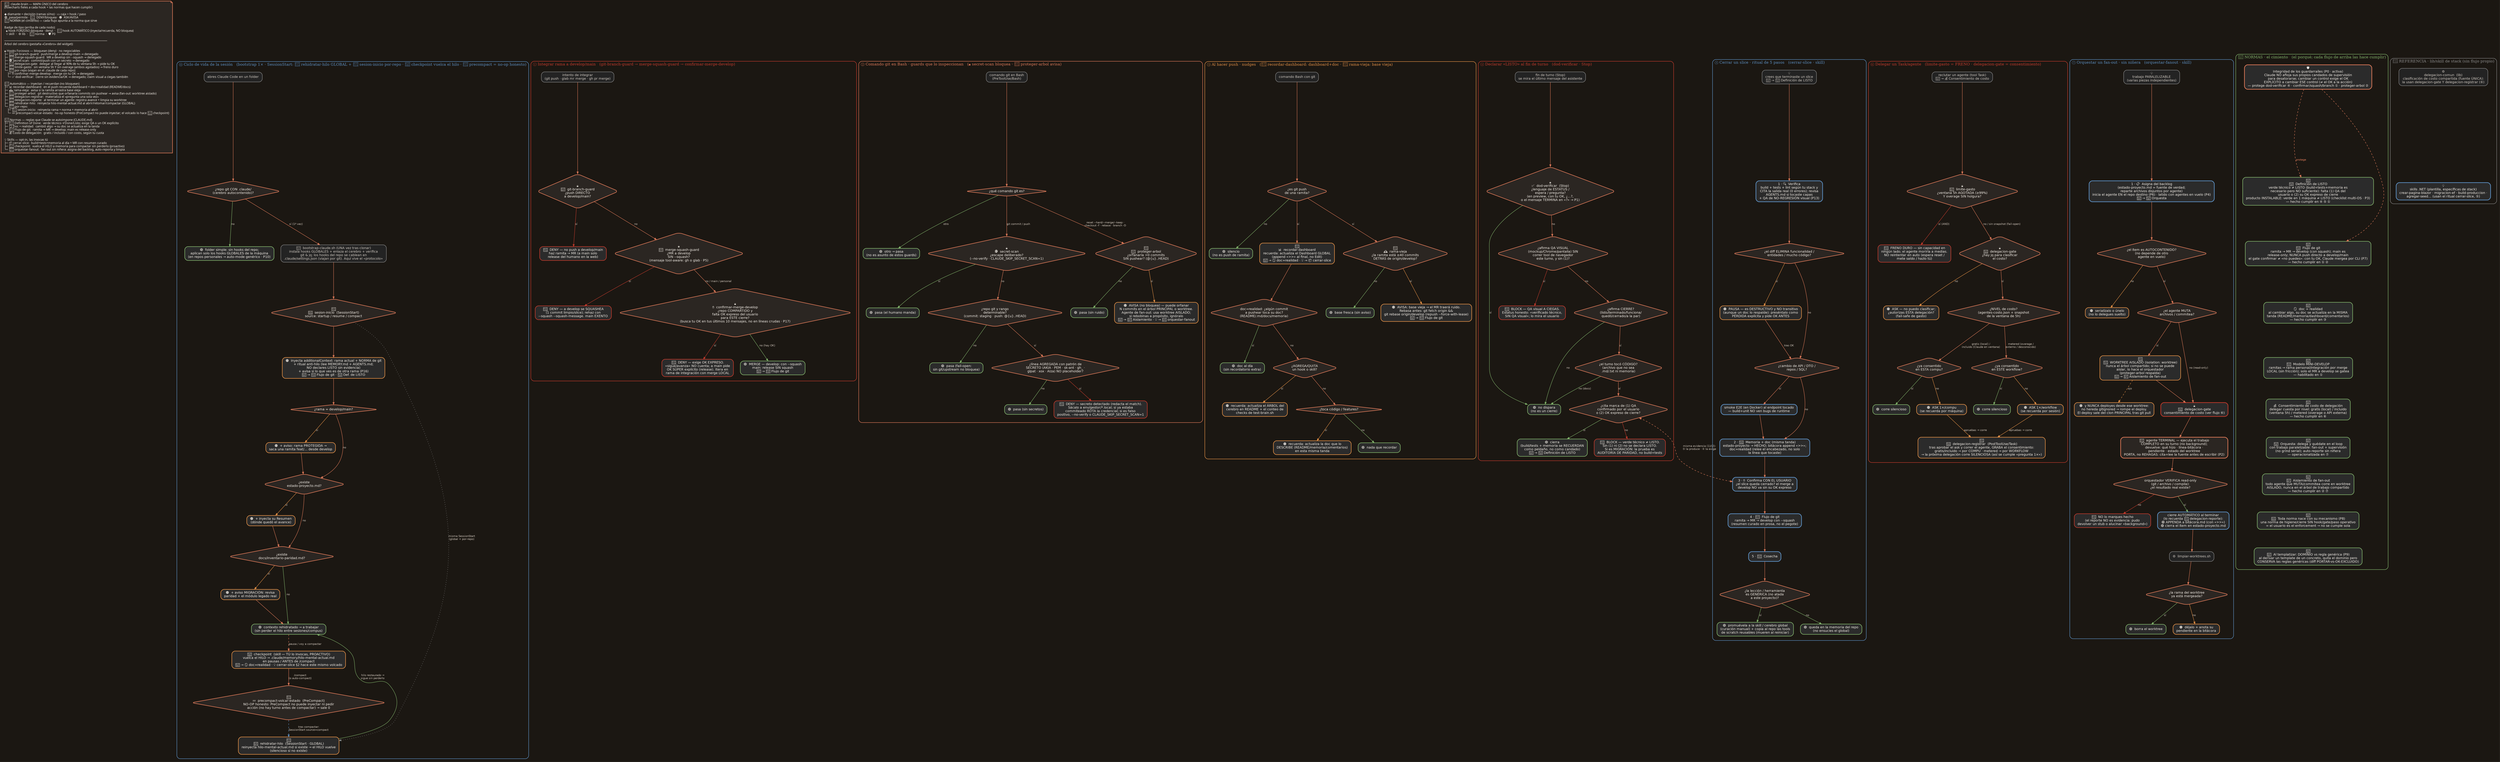
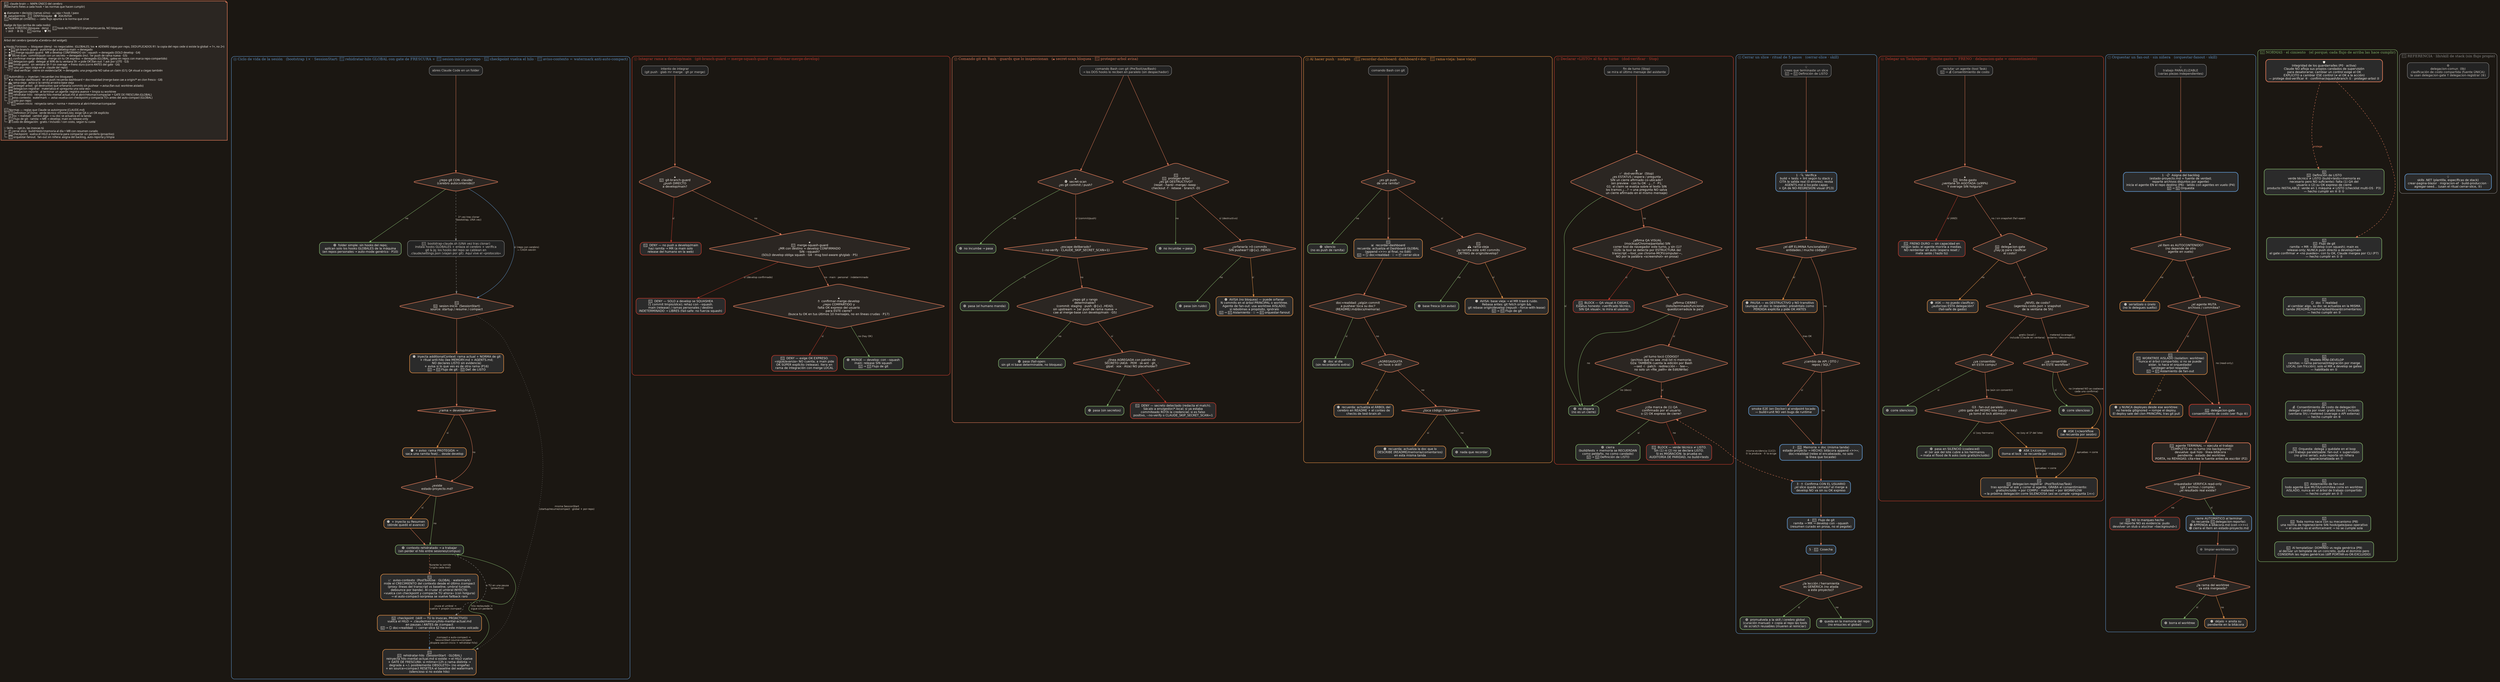
// Mapa del cerebro claude-brain — MAPA ÚNICO (fuente de verdad; el .graphml de yEd se genera de aquí).
// Contiene TODO: los flowcharts de decisión (⓪–⑦, fieles a la lógica real de cada hook leída del .sh)
// + las NORMAS que hacen cumplir (el cimiento) + la referencia de lib/skill de stack.
// diamante = decisión con ramas sí/no · caja = hook/paso · 🟢 pasa · 🔴 DENY · 🟠 ASK/AVISA · 📜 norma.
// Familias: sesión (⓪) · git (①②③) · «terminado» (④⑤) · delegación (⑥⑦).
// El ancho del render de Graphviz NO importa: en yEd se acomoda POR FLUJO (no en una tira).
// Lenguaje visual del README/widget.  Render: dot -Tpng docs/mapa-flujos.dot -o docs/mapa-flujos.png
digraph flujos {
  rankdir=TB;
  bgcolor="#1B1712";
  compound=true;
  nodesep=0.35;
  ranksep=0.55;
  splines=true;
  node [shape=box style="rounded,filled" fillcolor="#2B2B2B" fontcolor="#F2EDE6"
        fontname="Helvetica" fontsize=12 margin="0.16,0.09" penwidth=2];
  edge [color="#D97757" fontcolor="#C9BFB4" fontname="Helvetica" fontsize=10 penwidth=1.3 arrowsize=0.8];

  LEG [shape=note fillcolor="#2B2622" color="#D97757" penwidth=2 fontcolor="#F2EDE6" fontname="Menlo" fontsize=11
-        label="🧠  claude-brain — MAPA ÚNICO del cerebro\l(flowcharts fieles a cada hook + las normas que hacen cumplir)\l\l◆ diamante = decisión (ramas sí/no) · ▭ caja = hook / paso\l🟢  pasa/permite · 🔴  DENY/bloquea · 🟠  ASK/AVISA\l📜 NORMA (el cimiento) — cada flujo apunta a la norma que sirve\l\lBadge de tipo (arriba de cada nodo):\l  🔒 hook FORZOSO (bloquea · deny)  ·  🔔 hook AUTOMÁTICO (inyecta/recuerda, NO bloquea)\l  💡 skill  ·  ⚙ lib  ·  📜 norma  ·  🛡 P0\l\l────────────────────────────────────────────────────────\lÁrbol del cerebro (pestaña «Cerebro» del widget):\l\l🔒 Hooks Forzosos — bloquean (deny) · no negociables\l├─ 🚧 git-branch-guard:  push/merge a develop·main → denegado\l├─ 🔗 merge-squash-guard:  MR a develop sin --squash → denegado\l├─ 🕵️ secret-scan:  commit/push con un secreto → denegado\l├─ 💸 delegacion-gate:  delegar al llegar al 90% de tu ventana 5h → pide tu OK\l├─ 🛑 limite-gasto:  sin ventana 5h Y sin overage (ambos agotados) → freno duro\l└─ 📁 por-repo (viajan en el .claude de cada repo):\l   ├─ ✋ confirmar-merge-develop:  merge sin tu OK → denegado\l   └─ ✅ dod-verificar:  cierre sin evidencia/OK → denegado; claim visual a ciegas también\l\l🔔 Automático — inyectan / recuerdan (no bloquean)\l├─ 📊 recordar-dashboard:  en el push recuerda dashboard + doc=realidad (README/docs)\l├─ 🕰️ rama-vieja:  avisa si la ramita arrastra base vieja\l├─ 🌳 proteger-arbol:  git destructivo que orfanaría commits sin pushear → avisa (fan-out: worktree aislado)\l├─ 📝 delegacion-registrar:  materializa el «pregunta una sola vez»\l├─ 📮 delegacion-reporte:  al terminar un agente: registra avance + limpia su worktree\l├─ 🧵 rehidratar-hilo:  reinyecta hilo-mental-actual.md al abrir/retomar/compactar (GLOBAL)\l└─ 📁 por-repo:\l   ├─ 🧭 sesion-inicio:  reinyecta rama + norma + memoria al abrir\l   └─ 💤 precompact-volcar-estado:  no-op honesto (PreCompact no puede inyectar; el volcado lo hace 💾 checkpoint)\l\l📜 Normas — reglas que Claude se autoimpone (CLAUDE.md)\l├─ 🎯 Definition of Done:  verde técnico ≠ Done/Listo; exige QA o un OK explícito\l├─ 🪞 Doc = realidad:  cambió algo → su doc se actualiza en la tanda\l├─ 🌿 Flujo de git:  ramita → MR → develop; main es release-only\l└─ 💰 Costo de delegación:  gratis / incluido / con costo, según tu cuota\l\l💡 Skills — opt-in, las invocas tú\l├─ 📦 cerrar-slice:  build+tests+memoria al día + MR con resumen curado\l├─ 💾 checkpoint:  vuelca el HILO a memoria para compactar sin perderlo (proactivo)\l└─ 🧵 orquestar-fanout:  fan-out sin niñera: asigna del backlog, auto-reporta y limpia\l"];
+        label="🧠  claude-brain — MAPA ÚNICO del cerebro\l(flowcharts fieles a cada hook + las normas que hacen cumplir)\l\l◆ diamante = decisión (ramas sí/no) · ▭ caja = hook / paso\l🟢  pasa/permite · 🔴  DENY/bloquea · 🟠  ASK/AVISA\l📜 NORMA (el cimiento) — cada flujo apunta a la norma que sirve\l\lBadge de tipo (arriba de cada nodo):\l  🔒 hook FORZOSO (bloquea · deny)  ·  🔔 hook AUTOMÁTICO (inyecta/recuerda, NO bloquea)\l  💡 skill  ·  ⚙ lib  ·  📜 norma  ·  🛡 P0\l\l────────────────────────────────────────────────────────\lÁrbol del cerebro (pestaña «Cerebro» del widget):\l\l🔒 Hooks Forzosos — bloquean (deny) · no negociables  (GLOBALES; los ★ ADEMÁS viajan por-repo, DEDUPLICADOS R1: la copia del repo cede si existe la global → 1×, no 2×)\l├─ ★🚧 git-branch-guard:  push/merge a develop·main → denegado\l├─ ★🔗 merge-squash-guard:  MR a develop CONFIRMADO sin --squash → denegado (SOLO develop · G4)\l├─ 🕵️ secret-scan:  commit/push con un secreto → denegado (incl. 1er push de rama nueva · G5)\l├─ ★✋ confirmar-merge-develop:  merge sin tu OK expreso → denegado (GLOBAL; gatea en repos con marca repo-compartido)\l├─ 💸 delegacion-gate:  delegar al 90% de tu ventana 5h → pide OK (fan-out: 1 ask por LOTE · G3)\l├─ 🛑 limite-gasto:  sin ventana 5h Y sin overage → freno duro (corre ANTES del gate · G6)\l└─ 📁 solo por-repo (viaja en el .claude del repo):\l   └─ ✅ dod-verificar:  cierre sin evidencia/OK → denegado; una pregunta NO salva un claim (G1); QA visual a ciegas también\l\l🔔 Automático — inyectan / recuerdan (no bloquean)\l├─ ★📊 recordar-dashboard:  en el push recuerda dashboard + doc=realidad (merge-base cae a origin/* en clon fresco · G8)\l├─ 🕰️ rama-vieja:  avisa si la ramita arrastra base vieja\l├─ 🌳 proteger-arbol:  git destructivo que orfanaría commits sin pushear → avisa (fan-out: worktree aislado)\l├─ 📝 delegacion-registrar:  materializa el «pregunta una sola vez»\l├─ 📮 delegacion-reporte:  al terminar un agente: registra avance + limpia su worktree\l├─ 🧵 rehidratar-hilo:  reinyecta hilo-mental-actual.md al abrir/retomar/compactar + GATE DE FRESCURA (GLOBAL)\l├─ 📈 aviso-contexto:  watermark — avisa «vuelca con checkpoint y compacta TÚ» antes del auto-compact (GLOBAL)\l└─ 📁 solo por-repo:\l   └─ 🧭 sesion-inicio:  reinyecta rama + norma + memoria al abrir/retomar/compactar\l\l📜 Normas — reglas que Claude se autoimpone (CLAUDE.md)\l├─ 🎯 Definition of Done:  verde técnico ≠ Done/Listo; exige QA o un OK explícito\l├─ 🪞 Doc = realidad:  cambió algo → su doc se actualiza en la tanda\l├─ 🌿 Flujo de git:  ramita → MR → develop; main es release-only\l└─ 💰 Costo de delegación:  gratis / incluido / con costo, según tu cuota\l\l💡 Skills — opt-in, las invocas tú\l├─ 📦 cerrar-slice:  build+tests+memoria al día + MR con resumen curado\l├─ 💾 checkpoint:  vuelca el HILO a memoria para compactar sin perderlo (proactivo)\l└─ 🧵 orquestar-fanout:  fan-out sin niñera: asigna del backlog, auto-reporta y limpia\l"];

  // ===================== ⓪ CICLO DE VIDA DE LA SESIÓN =====================
  subgraph cluster_f0 {
-     label="⓪ Ciclo de vida de la sesión   (bootstrap 1× · SessionStart: 🔔 rehidratar-hilo GLOBAL + 🔔 sesion-inicio por-repo · 💾 checkpoint vuelca el hilo · 🔔 precompact = no-op honesto)";
+     label="⓪ Ciclo de vida de la sesión   (bootstrap 1× · SessionStart: 🔔 rehidratar-hilo GLOBAL con gate de FRESCURA + 🔔 sesion-inicio por-repo · 💾 checkpoint vuelca el hilo · 🔔 aviso-contexto = watermark anti-auto-compact)";
    labeljust="l"; fontcolor="#5B8DBF"; fontsize=14; color="#5B8DBF"; style="rounded"; penwidth=1.6; margin=16;

    Z_OPEN [shape=box color="#8A8A8A" fillcolor="#232323" fontcolor="#CFC8C0" penwidth=1.5 label="abres Claude Code en un folder"];
    Z_GIT  [shape=diamond fillcolor="#2B2622" color="#D97757" penwidth=2 label="¿repo git CON .claude/\n(cerebro autocontenido)?"];
    Z_PLAIN [color="#7FB069" label="🟢  folder simple: sin hooks del repo;\naplican solo los hooks GLOBALES de la máquina\n(en repos personales → auto-mode genérico · P10)"];
    Z_BOOT [color="#8A8A8A" fillcolor="#232323" fontcolor="#CFC8C0" penwidth=1.5 label="🔧  bootstrap-claude.sh (UNA vez tras clonar)\ninstala hooks GLOBALES + enlaza el cerebro + verifica\ngit & jq; los hooks del repo se cablean en\n.claude/settings.json (viajan por git). Aquí vive el «protocolo»"];

    Z_START [shape=diamond fillcolor="#2B2622" color="#D97757" penwidth=2 label="🔔\n🧭  sesion-inicio  (SessionStart)\nsource: startup / resume / compact"];
    Z_INJECT [color="#E08E45" label="🟠  inyecta additionalContext: rama actual + NORMA de git\n+ ritual anti-hilo (lee MEMORY.md + AGENTS.md;\nNO declares LISTO sin evidencia)\n+ avisa si lo que ves es de otra rama (P16)\n📜 → 🌿 Flujo de git · 🎯 Def. de LISTO"];
    Z_PROT [shape=diamond fillcolor="#2B2622" color="#D97757" penwidth=2 label="¿rama = develop/main?"];
    Z_PROTW [color="#E08E45" label="🟠  + aviso: rama PROTEGIDA →\nsaca una ramita feat/… desde develop"];
    Z_EST [shape=diamond fillcolor="#2B2622" color="#D97757" penwidth=2 label="¿existe\nestado-proyecto.md?"];
    Z_ESTW [color="#E08E45" label="🟠  + inyecta su Resumen\n(dónde quedó el avance)"];
-     Z_MIG [shape=diamond fillcolor="#2B2622" color="#D97757" penwidth=2 label="¿existe\ndocs/inventario-paridad.md?"];
-     Z_MIGW [color="#E08E45" label="🟠  + aviso MIGRACIÓN: revisa\nparidad + el módulo legado real"];
    Z_READY [color="#7FB069" label="🟢  contexto rehidratado → a trabajar\n(sin perder el hilo entre sesiones/compus)"];

+     Z_AVISO [color="#E08E45" label="🔔\n📈  aviso-contexto  (PostToolUse · GLOBAL · watermark)\nmide el CRECIMIENTO del contexto desde el último /compact\n(proxy: líneas del transcript vs baseline; umbral tunable,\ndebounce por banda). Al cruzar el umbral INYECTA:\n«vuelca con checkpoint y compacta TÚ ahora» (con holgura)\n→ el auto-compact-sorpresa se vuelve fallback raro"];
    Z_CHECK [color="#E08E45" label="💾  checkpoint  (skill — TÚ lo invocas, PROACTIVO)\nvuelca el HILO → .claude/memory/hilo-mental-actual.md\nen pausas / ANTES de /compact\n📜 → 🪞 doc=realidad · 💡 cerrar-slice §2 hace este mismo volcado"];
-     Z_COMPACT [shape=diamond fillcolor="#2B2622" color="#D97757" penwidth=2 label="🔔\n💤  precompact-volcar-estado  (PreCompact)\nNO-OP honesto: PreCompact no puede inyectar ni pedir\nacción (no hay turno antes de compactar) → sale 0"];
-     Z_REHID [color="#E08E45" label="🔔\n🧵  rehidratar-hilo  (SessionStart · GLOBAL)\nreinyecta hilo-mental-actual.md si existe → el HILO vuelve\n(silencioso si no existe)"];
+     Z_REHID [color="#E08E45" label="🔔\n🧵  rehidratar-hilo  (SessionStart · GLOBAL)\nreinyecta hilo-mental-actual.md si existe → el HILO vuelve\n+ GATE DE FRESCURA: si mtime>12h o rama distinta →\ndegrada a «⚠️ posiblemente OBSOLETO» (no engaña)\n+ en source=compact RESETEA el baseline del watermark\n(silencioso si no existe hilo)"];

    Z_OPEN -> Z_GIT;
    Z_GIT -> Z_PLAIN [label="no" color="#7FB069"];
-     Z_GIT -> Z_BOOT  [label="sí (1ª vez)"];
-     Z_BOOT -> Z_START;
+     Z_GIT -> Z_BOOT  [label="1ª vez tras clonar\n(bootstrap, UNA vez)" style=dashed color="#8A8A8A"];
+     Z_GIT -> Z_START [label="sí (repo con cerebro)\n— CADA sesión" color="#5B8DBF"];
+     Z_BOOT -> Z_START [style=dashed color="#8A8A8A"];
    Z_START -> Z_INJECT;
    Z_INJECT -> Z_PROT;
    Z_PROT -> Z_PROTW [label="sí" color="#E08E45"];
    Z_PROT -> Z_EST   [label="no"];
    Z_PROTW -> Z_EST;
-     Z_EST -> Z_ESTW [label="sí" color="#E08E45"];
-     Z_EST -> Z_MIG  [label="no"];
-     Z_ESTW -> Z_MIG;
-     Z_MIG -> Z_MIGW  [label="sí" color="#E08E45"];
-     Z_MIG -> Z_READY [label="no" color="#7FB069"];
-     Z_MIGW -> Z_READY;
-     Z_READY -> Z_CHECK [label="pausa / voy a compactar" style=dashed];
-     Z_CHECK -> Z_COMPACT [label="/compact\n(o auto-compact)"];
-     Z_COMPACT -> Z_REHID [label="tras compactar:\nSessionStart source=compact" style=dashed color="#5B8DBF"];
+     Z_EST -> Z_ESTW  [label="sí" color="#E08E45"];
+     Z_EST -> Z_READY [label="no" color="#7FB069"];
+     Z_ESTW -> Z_READY;
+     Z_READY -> Z_AVISO [label="durante la corrida\n(vigila cada tool)" style=dashed];
+     Z_AVISO -> Z_CHECK [label="cruza el umbral →\nvuelca + propón /compact" color="#E08E45"];
+     Z_READY -> Z_CHECK [label="o TÚ en una pausa\n(proactivo)" style=dashed color="#8A8A8A" constraint=false];
+     Z_CHECK -> Z_REHID [label="/compact o auto-compact →\nSessionStart source=compact\n(dispara sesion-inicio + rehidratar-hilo)" style=dashed color="#5B8DBF"];
    Z_REHID -> Z_READY [label="hilo restaurado →\nsigue sin perderlo" color="#7FB069" constraint=false];
-     Z_START -> Z_REHID [label="misma SessionStart\n(global + por-repo)" style=dotted color="#8A8A8A" constraint=false];
+     Z_START -> Z_REHID [label="misma SessionStart\n(startup/resume/compact · global + por-repo)" style=dotted color="#8A8A8A" constraint=false];
  }

  // ===================== ① INTEGRAR a develop/main =====================
  subgraph cluster_f1 {
    label="① Integrar rama a develop/main   (git-branch-guard → merge-squash-guard → confirmar-merge-develop)";
    labeljust="l"; fontcolor="#C0392B"; fontsize=14; color="#C0392B"; style="rounded"; penwidth=1.6; margin=16;

    G1_IN  [shape=box color="#8A8A8A" fillcolor="#232323" fontcolor="#CFC8C0" penwidth=1.5 label="intento de integrar\n(git push · glab mr merge · gh pr merge)"];
    G1_D1  [shape=diamond fillcolor="#2B2622" color="#D97757" penwidth=2 label="🔒\n🚧  git-branch-guard\n¿push DIRECTO\na develop/main?"];
    G1_DENY1 [color="#C0392B" label="🔴  DENY — no push a develop/main\nhaz ramita → MR (a main solo\nrelease del humano en la web)"];
-     G1_D2  [shape=diamond fillcolor="#2B2622" color="#D97757" penwidth=2 label="🔒\n🔗  merge-squash-guard\n¿MR a develop\nSIN --squash?\n(mensaje tool-aware: gh o glab · P5)"];
-     G1_DENY2 [color="#C0392B" label="🔴  DENY — a develop se SQUASHEA\n(1 commit limpio/slice); rehaz con\n--squash --squash-message. main EXENTO"];
+     G1_D2  [shape=diamond fillcolor="#2B2622" color="#D97757" penwidth=2 label="🔒\n🔗  merge-squash-guard\n¿MR con destino = develop CONFIRMADO\nSIN --squash?\n(SOLO develop obliga squash · G4 · msg tool-aware gh/glab · P5)"];
+     G1_DENY2 [color="#C0392B" label="🔴  DENY — SOLO a develop se SQUASHEA\n(1 commit limpio/slice); rehaz con --squash.\nmain (release) / ramas personales / destino\nINDETERMINADO → LIBRES (fail-safe: no fuerza squash)"];
    G1_D3  [shape=diamond fillcolor="#2B2622" color="#D97757" penwidth=2 label="🔒\n✋  confirmar-merge-develop\n¿repo COMPARTIDO y\nfalta OK expreso del usuario\npara ESTE cierre?\n(busca tu OK en tus últimos 10 mensajes, no en líneas crudas · P17)"];
    G1_DENY3 [color="#C0392B" label="🔴  DENY — exige OK EXPRESO.\n«sigue/avanza» NO cuenta; a main pide\nOK SÚPER explícito (release). Itera en\nrama de integración con merge LOCAL"];
    G1_OK  [color="#7FB069" label="🟢  MERGE — develop: con --squash\nmain: release SIN squash\n📜 → 🌿 Flujo de git"];

    G1_IN -> G1_D1;
    G1_D1 -> G1_DENY1 [label="sí" color="#C0392B"];
    G1_D1 -> G1_D2    [label="no"];
-     G1_D2 -> G1_DENY2 [label="sí" color="#C0392B"];
-     G1_D2 -> G1_D3    [label="no / main / personal"];
+     G1_D2 -> G1_DENY2 [label="sí (develop confirmado)" color="#C0392B"];
+     G1_D2 -> G1_D3    [label="no · main · personal · indeterminado"];
    G1_D3 -> G1_DENY3 [label="sí" color="#C0392B"];
    G1_D3 -> G1_OK    [label="no (hay OK)" color="#7FB069"];
  }

-   // ===================== ② COMANDO GIT EN BASH — dos guards con la MISMA entrada ==========
-   // secret-scan (🔒 bloquea) y proteger-arbol (🔔 avisa) comparten entrada "comando git en Bash";
-   // un despachador los abre según el TIPO de comando.
+   // ===================== ② COMANDO GIT EN BASH — dos guards PARALELOS e independientes ==========
+   // secret-scan (🔒 bloquea) y proteger-arbol (🔔 avisa) son DOS PreToolUse/Bash separados que reciben
+   // la MISMA entrada; NO hay despachador — cada hook filtra por su cuenta si el comando le incumbe.
  subgraph cluster_f2 {
    label="② Comando git en Bash · guards que lo inspeccionan   (🔒 secret-scan bloquea · 🔔 proteger-arbol avisa)";
    labeljust="l"; fontcolor="#D97757"; fontsize=14; color="#D97757"; style="rounded"; penwidth=1.6; margin=16;

-     GG_IN   [shape=box color="#8A8A8A" fillcolor="#232323" fontcolor="#CFC8C0" penwidth=1.5 label="comando git en Bash\n(PreToolUse/Bash)"];
-     GG_DISP [shape=diamond fillcolor="#2B2622" color="#D97757" penwidth=2 label="¿qué comando git es?"];
-     GG_OTRO [color="#7FB069" label="🟢  otro → pasa\n(no es asunto de estos guards)"];
- 
-     // --- rama secret-scan (commit / push) ---
-     S_D2  [shape=diamond fillcolor="#2B2622" color="#D97757" penwidth=2 label="🔒\n🕵  secret-scan\n¿escape deliberado?\n(--no-verify · CLAUDE_SKIP_SECRET_SCAN=1)"];
+     GG_IN   [shape=box color="#8A8A8A" fillcolor="#232323" fontcolor="#CFC8C0" penwidth=1.5 label="comando Bash con git (PreToolUse/Bash)\n→ los DOS hooks lo reciben en paralelo (sin despachador)"];
+ 
+     // --- rama secret-scan (🔒 bloquea) — filtra POR SÍ MISMO si es commit/push ---
+     S_IS  [shape=diamond fillcolor="#2B2622" color="#D97757" penwidth=2 label="🔒\n🕵  secret-scan\n¿es git commit / push?"];
+     S_NA  [color="#7FB069" label="🟢  no incumbe → pasa"];
+     S_D2  [shape=diamond fillcolor="#2B2622" color="#D97757" penwidth=2 label="¿escape deliberado?\n(--no-verify · CLAUDE_SKIP_SECRET_SCAN=1)"];
    S_PASA2 [color="#7FB069" label="🟢  pasa (el humano manda)"];
-     S_D3  [shape=diamond fillcolor="#2B2622" color="#D97757" penwidth=2 label="¿repo git y rango\ndeterminable?\n(commit: staging · push: @{u}..HEAD)"];
-     S_PASA3 [color="#7FB069" label="🟢  pasa (fail-open:\nsin git/upstream no bloquea)"];
+     S_D3  [shape=diamond fillcolor="#2B2622" color="#D97757" penwidth=2 label="¿repo git y rango\ndeterminable?\n(commit: staging · push: @{u}..HEAD;\nsin upstream = 1er push de rama nueva →\ncae al merge-base con develop/main · G5)"];
+     S_PASA3 [color="#7FB069" label="🟢  pasa (fail-open:\nsin git ni base determinable, no bloquea)"];
    S_D4  [shape=diamond fillcolor="#2B2622" color="#D97757" penwidth=2 label="¿línea AGREGADA con patrón de\nSECRETO (AKIA · PEM · sk-ant · gh_ ·\nglpat · xox · AIza) NO placeholder?"];
    S_PASA4 [color="#7FB069" label="🟢  pasa (sin secretos)"];
    S_DENY [color="#C0392B" label="🔴  DENY — secreto detectado (redacta el match).\nSácalo a env/gestor/*.local; si ya estaba\ncommiteado ROTA la credencial; si es falso\npositivo, --no-verify o CLAUDE_SKIP_SECRET_SCAN=1"];

-     // --- rama proteger-arbol (destructivo) ---
-     A_D2  [shape=diamond fillcolor="#2B2622" color="#D97757" penwidth=2 label="🔔\n🌳  proteger-arbol\n¿orfanaría >0 commits\nSIN pushear? (@{u}..HEAD)"];
+     // --- rama proteger-arbol (🔔 avisa) — filtra POR SÍ MISMO si es destructivo ---
+     A_IS  [shape=diamond fillcolor="#2B2622" color="#D97757" penwidth=2 label="🔔\n🌳  proteger-arbol\n¿es git DESTRUCTIVO?\n(reset --hard/--merge/--keep ·\ncheckout -f · rebase · branch -D)"];
+     A_NA  [color="#7FB069" label="🟢  no incumbe → pasa"];
+     A_D2  [shape=diamond fillcolor="#2B2622" color="#D97757" penwidth=2 label="¿orfanaría >0 commits\nSIN pushear? (@{u}..HEAD)"];
    A_PASA [color="#7FB069" label="🟢  pasa (sin ruido)"];
    A_WARN [color="#E08E45" label="🟠  AVISA (no bloquea) — puede orfanar\nN commits en el árbol PRINCIPAL o worktree.\nAgente de fan-out: usa worktree AISLADO;\nsi rebobinas a propósito, ignóralo\n📜 → 🧱 Aislamiento · 💡 → 🧵 orquestar-fanout"];

-     GG_IN -> GG_DISP;
-     GG_DISP -> S_D2    [label="git commit / push"];
-     GG_DISP -> A_D2    [label="reset --hard/--merge/--keep ·\ncheckout -f · rebase · branch -D"];
-     GG_DISP -> GG_OTRO [label="otro" color="#7FB069"];
- 
+     GG_IN -> S_IS;   // los dos hooks reciben la MISMA entrada, en paralelo
+     GG_IN -> A_IS;
+ 
+     S_IS -> S_NA [label="no" color="#7FB069"];
+     S_IS -> S_D2 [label="sí (commit/push)"];
    S_D2 -> S_PASA2 [label="sí" color="#7FB069"];
    S_D2 -> S_D3    [label="no"];
    S_D3 -> S_PASA3 [label="no" color="#7FB069"];
    S_D3 -> S_D4    [label="sí"];
    S_D4 -> S_PASA4 [label="no" color="#7FB069"];
    S_D4 -> S_DENY  [label="sí" color="#C0392B"];

+     A_IS -> A_NA [label="no" color="#7FB069"];
+     A_IS -> A_D2 [label="sí (destructivo)"];
    A_D2 -> A_PASA [label="no" color="#7FB069"];
    A_D2 -> A_WARN [label="sí" color="#E08E45"];
  }

  // ===================== ③ AL HACER PUSH — nudges (recordar-dashboard + rama-vieja) =====================
  subgraph cluster_f3 {
    label="③ Al hacer push · nudges   (🔔 recordar-dashboard: dashboard+doc · 🔔 rama-vieja: base vieja)";
    labeljust="l"; fontcolor="#E08E45"; fontsize=14; color="#E08E45"; style="rounded"; penwidth=1.6; margin=16;

    G6_IN  [shape=box color="#8A8A8A" fillcolor="#232323" fontcolor="#CFC8C0" penwidth=1.5 label="comando Bash con git"];
    G6_PUSH [shape=diamond fillcolor="#2B2622" color="#D97757" penwidth=2 label="¿es git push\nde una ramita?"];
    G6_SIL [color="#7FB069" label="🟢  silencio\n(no es push de ramita)"];

    // --- rama recordar-dashboard ---
    G6_DASH [color="#E08E45" label="🔔\n📊  recordar-dashboard\nrecuerda: actualiza el Dashboard GLOBAL\n(append «>>» al final, no Edit)\n📜 → 🪞 doc=realidad · 💡 → 📦 cerrar-slice"];
    G6_D2  [shape=diamond fillcolor="#2B2622" color="#D97757" penwidth=2 label="doc=realidad: ¿algún commit\na pushear toca su doc?\n(README/.md/docs/memoria)"];
    G6_OK  [color="#7FB069" label="🟢  doc al día\n(sin recordatorio extra)"];
    G6_D3  [shape=diamond fillcolor="#2B2622" color="#D97757" penwidth=2 label="¿AGREGA/QUITA\nun hook o skill?"];
    G6_HOOK [color="#E08E45" label="🟠  recuerda: actualiza el ÁRBOL del\ncerebro en README + el conteo de\nchecks de test-brain.sh"];
    G6_D4  [shape=diamond fillcolor="#2B2622" color="#D97757" penwidth=2 label="¿toca código / features?"];
    G6_CODE [color="#E08E45" label="🟠  recuerda: actualiza la doc que lo\nDESCRIBE (README/memoria/comentarios)\nen esta misma tanda"];
    G6_NA  [color="#7FB069" label="🟢  nada que recordar"];

    // --- rama rama-vieja ---
    G6_RV  [shape=diamond fillcolor="#2B2622" color="#D97757" penwidth=2 label="🔔\n🕰  rama-vieja\n¿la ramita está ≥40 commits\nDETRÁS de origin/develop?"];
    G6_RV_OK [color="#7FB069" label="🟢  base fresca (sin aviso)"];
    G6_RV_WARN [color="#E08E45" label="🟠  AVISA: base vieja → el MR traerá ruido.\nRebasa antes: git fetch origin &&\ngit rebase origin/develop (repush --force-with-lease)\n📜 → 🌿 Flujo de git"];

    G6_IN -> G6_PUSH;
    G6_PUSH -> G6_SIL  [label="no" color="#7FB069"];
    G6_PUSH -> G6_DASH [label="sí"];
    G6_PUSH -> G6_RV   [label="sí"];
    G6_DASH -> G6_D2;
    G6_D2 -> G6_OK   [label="sí" color="#7FB069"];
    G6_D2 -> G6_D3   [label="no"];
    G6_D3 -> G6_HOOK [label="sí" color="#E08E45"];
    G6_D3 -> G6_D4   [label="no"];
    G6_D4 -> G6_CODE [label="sí" color="#E08E45"];
    G6_D4 -> G6_NA   [label="no" color="#7FB069"];
    G6_RV -> G6_RV_OK   [label="no" color="#7FB069"];
    G6_RV -> G6_RV_WARN [label="sí" color="#E08E45"];
  }

  // ===================== ④ DECLARAR «LISTO» al fin de turno (dod-verificar · Stop) =====================
  subgraph cluster_f4 {
    label="④ Declarar «LISTO» al fin de turno   (dod-verificar · Stop)";
    labeljust="l"; fontcolor="#C0392B"; fontsize=14; color="#C0392B"; style="rounded"; penwidth=1.6; margin=16;

    G2_IN  [shape=box color="#8A8A8A" fillcolor="#232323" fontcolor="#CFC8C0" penwidth=1.5 label="fin de turno (Stop)\nse mira el último mensaje del asistente"];
-     G2_D0  [shape=diamond fillcolor="#2B2622" color="#D97757" penwidth=2 label="🔒\n✅  dod-verificar  (Stop)\n¿lenguaje de ESTATUS /\nespera / pregunta?\n(en preview, con tu OK, ¿…?,\no el mensaje TERMINA en «?» → P1)"];
+     G2_D0  [shape=diamond fillcolor="#2B2622" color="#D97757" penwidth=2 label="🔒\n✅  dod-verificar  (Stop)\n¿es ESTATUS / espera / pregunta\nSIN un cierre afirmado co-ubicado?\n(en preview · con tu OK · ¿…? · P1;\nG1: el claim se evalúa sobre el texto SIN\nlos tramos ¿…? → una pregunta NO salva\nun cierre afirmado en el mismo mensaje)"];
    G2_ESC [color="#7FB069" label="🟢  no dispara\n(no es un cierre)"];
-     G2_D1  [shape=diamond fillcolor="#2B2622" color="#D97757" penwidth=2 label="¿afirma QA VISUAL\n(mockup/Chrome/pantalla) SIN\ncorrer tool de navegador\neste turno, y sin (1)?"];
+     G2_D1  [shape=diamond fillcolor="#2B2622" color="#D97757" penwidth=2 label="¿afirma QA VISUAL\n(mockup/Chrome/pantalla) SIN\ncorrer tool de navegador este turno, y sin (1)?\n(G2b: la tool se detecta por ESTRUCTURA del\ntranscript —tool_use chrome-MCP/computer—,\nNO por la palabra «screenshot» en prosa)"];
    G2_VIS [color="#C0392B" label="🔴  BLOCK — QA visual A CIEGAS.\nEstatus honesto: «verificado técnico,\nSIN QA visual»; lo mira el usuario"];
    G2_D2  [shape=diamond fillcolor="#2B2622" color="#D97757" penwidth=2 label="¿afirma CIERRE?\n(listo/terminado/funciona/\nquedó/cerrado/a la par)"];
-     G2_D3  [shape=diamond fillcolor="#2B2622" color="#D97757" penwidth=2 label="¿el turno tocó CÓDIGO?\n(archivo que no sea\n.md/.txt ni memoria)"];
+     G2_D3  [shape=diamond fillcolor="#2B2622" color="#D97757" penwidth=2 label="¿el turno tocó CÓDIGO?\n(archivo que no sea .md/.txt ni memoria;\nG2a: TAMBIÉN cuenta la edición por Bash\n—sed -i · patch · redirección › · tee—,\nno solo un «file_path» de Edit/Write)"];
    G2_D4  [shape=diamond fillcolor="#2B2622" color="#D97757" penwidth=2 label="¿cita marca de (1) QA\nconfirmado por el usuario\no (2) OK expreso de cierre?"];
    G2_OK  [color="#7FB069" label="🟢  cierra\n(build/tests + memoria se RECUERDAN\ncomo peldaño, no como candado)\n📜 → 🎯 Definición de LISTO"];
    G2_DENY [color="#C0392B" label="🔴  BLOCK — verde técnico ≠ LISTO.\nSin (1) ni (2) no se declara LISTO.\nSi es MIGRACIÓN: la prueba es\nAUDITORÍA DE PARIDAD, no build+tests"];

    G2_IN -> G2_D0;
    G2_D0 -> G2_ESC [label="sí" color="#7FB069"];
    G2_D0 -> G2_D1  [label="no"];
    G2_D1 -> G2_VIS [label="sí" color="#C0392B"];
    G2_D1 -> G2_D2  [label="no"];
    G2_D2 -> G2_ESC [label="no" color="#7FB069"];
    G2_D2 -> G2_D3  [label="sí"];
    G2_D3 -> G2_ESC [label="no (docs)" color="#7FB069"];
    G2_D3 -> G2_D4  [label="sí"];
    G2_D4 -> G2_OK   [label="sí" color="#7FB069"];
    G2_D4 -> G2_DENY [label="no" color="#C0392B"];
  }

  // ===================== ⑤ CERRAR UN SLICE (ritual de 5 pasos · cerrar-slice) =====================
  subgraph cluster_f5 {
    label="⑤ Cerrar un slice · ritual de 5 pasos   (cerrar-slice · skill)";
    labeljust="l"; fontcolor="#5B8DBF"; fontsize=14; color="#5B8DBF"; style="rounded"; penwidth=1.6; margin=16;

    C_IN [shape=box color="#8A8A8A" fillcolor="#232323" fontcolor="#CFC8C0" penwidth=1.5 label="💡\ncrees que terminaste un slice\n📜 → 🎯 Definición de LISTO"];
    C1 [color="#5B8DBF" penwidth=2.5 label="1 · 🔍  Verifica\nbuild + tests + lint según tu stack y\nCITA la salida real (0 errores); revisa\nAGENTS.md si tocaste capas\n+ QA de NO-REGRESIÓN visual (P13)"];
    C_DESTR [shape=diamond fillcolor="#2B2622" color="#D97757" penwidth=2 label="¿el diff ELIMINA funcionalidad /\nentidades / mucho código?"];
    C_PAUSA [color="#E08E45" label="🟠  PAUSA — es DESTRUCTIVO y NO transitivo\n(aunque un doc lo respalde): preséntalo como\nPÉRDIDA explícita y pide OK ANTES"];
    C_API [shape=diamond fillcolor="#2B2622" color="#D97757" penwidth=2 label="¿cambio de API / DTO /\nrepos / SQL?"];
    C_SMOKE [color="#5B8DBF" penwidth=2.5 label="smoke E2E (en Docker) al endpoint tocado\n— build+unit NO ven bugs de runtime"];
    C2 [color="#5B8DBF" penwidth=2.5 label="2 · 📝  Memoria + doc (misma tanda)\nestado-proyecto → HECHO; bitácora append «>>»;\ndoc=realidad (relee el encabezado, no solo\nla línea que tocaste)"];
    C3 [color="#5B8DBF" penwidth=2.5 label="3 · ✋  Confirma CON EL USUARIO\n¿el slice queda cerrado? el merge a\ndevelop NO va sin su OK expreso"];
    C4 [color="#5B8DBF" penwidth=2.5 label="4 · 🔗  Flujo de git\nramita → MR → develop con --squash\n(resumen curado en prosa, no el pegote)"];
    C5 [color="#5B8DBF" penwidth=2.5 label="5 · 🌱  Cosecha"];
    C_GEN [shape=diamond fillcolor="#2B2622" color="#D97757" penwidth=2 label="¿la lección / herramienta\nes GENÉRICA (no atada\na este proyecto)?"];
    C_PROM [color="#7FB069" label="🟢  promuévela a la skill / cerebro global\n(curación manual) + copia al repo las tools\nde scratch reusables (mueren al reiniciar)"];
    C_LOCAL [color="#7FB069" label="🟢  queda en la memoria del repo\n(no ensucies el global)"];

    C_IN -> C1;
    C1 -> C_DESTR;
    C_DESTR -> C_PAUSA [label="sí" color="#E08E45"];
    C_DESTR -> C_API   [label="no"];
    C_PAUSA -> C_API   [label="tras OK"];
    C_API -> C_SMOKE [label="sí"];
    C_API -> C2      [label="no"];
    C_SMOKE -> C2;
    C2 -> C3 -> C4 -> C5;
    C5 -> C_GEN;
    C_GEN -> C_PROM  [label="sí" color="#7FB069"];
    C_GEN -> C_LOCAL [label="no" color="#7FB069"];
  }

  // ===================== ⑥ DELEGAR un Task/agente (limite-gasto + delegacion-gate) =====================
  subgraph cluster_f6 {
    label="⑥ Delegar un Task/agente   (limite-gasto = FRENO · delegacion-gate = consentimiento)";
    labeljust="l"; fontcolor="#C0392B"; fontsize=14; color="#C0392B"; style="rounded"; penwidth=1.6; margin=16;

    G3_IN  [shape=box color="#8A8A8A" fillcolor="#232323" fontcolor="#CFC8C0" penwidth=1.5 label="reclutar un agente (tool Task)\n📜 → 💰 Consentimiento de costo"];
    G3_D1  [shape=diamond fillcolor="#2B2622" color="#D97757" penwidth=2 label="🔒\n🛑  limite-gasto\n¿ventana 5h AGOTADA (≥99%)\nY overage SIN holgura?"];
    G3_FRENO [color="#C0392B" label="🔴  FRENO DURO — sin capacidad en\nningún lado; el agente moriría a medias.\nNO reintentar en auto (espera reset /\nmete saldo / hazlo tú)"];
    G3_D2  [shape=diamond fillcolor="#2B2622" color="#D97757" penwidth=2 label="🔒\n💸  delegacion-gate\n¿hay jq para clasificar\nel costo?"];
    G3_ASK0 [color="#E08E45" label="🟠  ASK — no puedo clasificar;\n¿autorizas ESTA delegación?\n(fail-safe de gasto)"];
    G3_NIVEL [shape=diamond fillcolor="#2B2622" color="#D97757" penwidth=2 label="¿NIVEL de costo?\n(agentes-costo.json + snapshot\nde la ventana de 5h)"];
    G3_CG  [shape=diamond fillcolor="#2B2622" color="#D97757" penwidth=2 label="¿ya consentido\nen ESTA compu?"];
    G3_CM  [shape=diamond fillcolor="#2B2622" color="#D97757" penwidth=2 label="¿ya consentido\nen ESTE workflow?"];
    G3_RUN1 [color="#7FB069" label="🟢  corre silencioso"];
-     G3_ASK1 [color="#E08E45" label="🟠  ASK 1×/compu\n(se recuerda por máquina)"];
+     G3_COAL [shape=diamond fillcolor="#2B2622" color="#D97757" penwidth=2 label="G3 · fan-out paralelo:\n¿otro gate del MISMO lote (sesión+key)\nya tomó el lock atómico?"];
+     G3_SIL  [color="#7FB069" label="🟢  pasa en SILENCIO (coalesced)\nel 1er ask del lote cubre a los hermanos\n→ mata el flood de N asks (solo gratis/incluido)"];
+     G3_ASK1 [color="#E08E45" label="🟠  ASK 1×/compu\n(toma el lock · se recuerda por máquina)"];
    G3_RUN2 [color="#7FB069" label="🟢  corre silencioso"];
    G3_ASK2 [color="#E08E45" label="🟠  ASK 1×/workflow\n(se recuerda por sesión)"];
    G3_REG  [color="#E08E45" label="🔔\n📝  delegacion-registrar  (PostToolUse/Task)\ntras aprobar el ask y correr el agente, GRABA el consentimiento:\ngratis/incluido → por COMPU · metered → por WORKFLOW\n→ la próxima delegación corre SILENCIOSA (así se cumple «pregunta 1×»)"];

    G3_IN -> G3_D1;
    G3_D1 -> G3_FRENO [label="sí (AND)" color="#C0392B"];
    G3_D1 -> G3_D2    [label="no / sin snapshot (fail-open)"];
    G3_D2 -> G3_ASK0  [label="no" color="#E08E45"];
    G3_D2 -> G3_NIVEL [label="sí"];
    G3_NIVEL -> G3_CG [label="gratis (local) /\nincluido (Claude en ventana)"];
    G3_NIVEL -> G3_CM [label="metered (overage /\nexterno / desconocido)"];
    G3_CG -> G3_RUN1 [label="sí" color="#7FB069"];
-     G3_CG -> G3_ASK1 [label="no" color="#E08E45"];
+     G3_CG -> G3_COAL [label="no (aún sin consentir)"];
+     G3_COAL -> G3_SIL  [label="sí (soy hermano)" color="#7FB069"];
+     G3_COAL -> G3_ASK1 [label="no (soy el 1º del lote)" color="#E08E45"];
    G3_CM -> G3_RUN2 [label="sí" color="#7FB069"];
-     G3_CM -> G3_ASK2 [label="no" color="#E08E45"];
+     G3_CM -> G3_ASK2 [label="no (metered NO se coalesce:\ncada uno confirma)" color="#E08E45"];
    G3_ASK1 -> G3_REG [label="apruebas → corre" color="#E08E45"];
    G3_ASK2 -> G3_REG [label="apruebas → corre" color="#E08E45"];
  }

  // ===================== ⑦ ORQUESTAR UN FAN-OUT (sin niñera · orquestar-fanout) =====================
  subgraph cluster_f7 {
    label="⑦ Orquestar un fan-out · sin niñera   (orquestar-fanout · skill)";
    labeljust="l"; fontcolor="#5B8DBF"; fontsize=14; color="#5B8DBF"; style="rounded"; penwidth=1.6; margin=16;

    OF_IN [shape=box color="#8A8A8A" fillcolor="#232323" fontcolor="#CFC8C0" penwidth=1.5 label="💡\ntrabajo PARALELIZABLE\n(varias piezas independientes)"];
    OF_1  [color="#5B8DBF" penwidth=2.5 label="1 · 📋  Asigna del backlog\n(estado-proyecto.md = fuente de verdad;\nreparte archivos disjuntos por agente)\ninicia el agente EN el repo destino (P6) · latido con agentes en vuelo (P4)\n📜 → 🎼 Orquesta"];
    OF_DAUTO [shape=diamond fillcolor="#2B2622" color="#D97757" penwidth=2 label="¿el ítem es AUTOCONTENIDO?\n(no depende de otro\nagente en vuelo)"];
    OF_SER [color="#E08E45" label="🟠  serialízalo o únelo\n(no lo delegues suelto)"];
    OF_DMUT [shape=diamond fillcolor="#2B2622" color="#D97757" penwidth=2 label="¿el agente MUTA\narchivos / commitea?"];
    OF_WT [color="#E08E45" label="🔔\n🌳  WORKTREE AISLADO (isolation: worktree)\nnunca el árbol compartido; si no se puede\naislar, lo hace el orquestador\n(proteger-arbol respalda)\n📜 → 🧱 Aislamiento de fan-out"];
    OF_DEPLOY [color="#E08E45" label="🟠  y NUNCA deployes desde ese worktree:\nno hereda gitignored → rompe el deploy.\nEl deploy sale del clon PRINCIPAL tras git pull"];
    OF_GATE [color="#C0392B" penwidth=2.5 label="🔒\n💸  delegacion-gate\nconsentimiento de costo (ver flujo ⑥)"];
    OF_AG [color="#D97757" fillcolor="#2B2622" penwidth=2.5 label="🤖  agente TERMINAL — ejecuta el trabajo\nCOMPLETO en su turno (no background);\ndevuelve: qué hizo · línea-bitácora ·\npendiente · estado del worktree\nPORTA, no REHAGAS: cita+lee la fuente antes de escribir (P2)"];
    OF_DVER [shape=diamond fillcolor="#2B2622" color="#D97757" penwidth=2 label="orquestador VERIFICA read-only\n(git / archivo / compila):\n¿el resultado real existe?"];
    OF_NO [color="#C0392B" label="🔴  NO lo marques hecho\n(el reporte NO es evidencia: pudo\ndevolver un stub o alucinar «background»)"];
    OF_CIERRE [color="#5B8DBF" penwidth=2.5 label="cierre AUTOMÁTICO al terminar\n(lo recuerda 🔔 delegacion-reporte):\n🟢 APPENDA a bitácora.md (con «>>»)\n🟢 cierra el ítem en estado-proyecto.md"];
    OF_WTC [color="#8A8A8A" fillcolor="#232323" fontcolor="#CFC8C0" penwidth=1.5 label="⚙  limpiar-worktrees.sh"];
    OF_DWT [shape=diamond fillcolor="#2B2622" color="#D97757" penwidth=2 label="¿la rama del worktree\nya está mergeada?"];
    OF_BORRA [color="#7FB069" label="🟢  borra el worktree"];
    OF_DEJA [color="#E08E45" label="🟠  déjalo + anota su\npendiente en la bitácora"];

    OF_IN -> OF_1 -> OF_DAUTO;
    OF_DAUTO -> OF_SER  [label="no" color="#E08E45"];
    OF_DAUTO -> OF_DMUT [label="sí"];
    OF_DMUT -> OF_WT   [label="sí"];
    OF_DMUT -> OF_GATE [label="no (read-only)"];
    OF_WT -> OF_GATE;
    OF_WT -> OF_DEPLOY [label="ojo" color="#E08E45" style=dashed];
    OF_GATE -> OF_AG;
    OF_AG -> OF_DVER;
    OF_DVER -> OF_NO     [label="no" color="#C0392B"];
    OF_DVER -> OF_CIERRE [label="sí" color="#7FB069"];
    OF_CIERRE -> OF_WTC;
    OF_WTC -> OF_DWT;
    OF_DWT -> OF_BORRA [label="sí" color="#7FB069"];
    OF_DWT -> OF_DEJA  [label="no" color="#E08E45"];
  }

  // ===================== 📜 NORMAS — el cimiento (el porqué que los flujos hacen cumplir) =====================
  subgraph cluster_normas {
    label="📜 NORMAS · el cimiento   (el porqué; cada flujo de arriba las hace cumplir)";
    labeljust="l"; fontcolor="#7FB069"; fontsize=14; color="#7FB069"; style="rounded"; penwidth=1.6; margin=16;
    node [color="#7FB069" penwidth=2];
    N_DOD  [label="📜\n🎯  Definición de LISTO\nverde técnico ≠ LISTO (build+tests+memoria es\nnecesario pero NO suficiente): falta (1) QA del\nusuario o (2) su OK expreso de cierre\nproducto INSTALABLE: verde en 1 máquina ≠ LISTO (checklist multi-OS · P3)\n— hecho cumplir en ④ ⑤ ①"];
    N_GIT  [label="📜\n🌿  Flujo de git\nramita → MR → develop (con squash); main es\nrelease-only; NUNCA push directo a develop/main\nel gate confirmar ≠ «no puedes»: con tu OK, Claude mergea por CLI (P7)\n— hecho cumplir en ① ②"];
    N_DOC  [label="📜\n🪞  doc = realidad\nal cambiar algo, su doc se actualiza en la MISMA\ntanda (README/memoria/dashboard/comentarios)\n— hecho cumplir en ③"];
    N_MINI [label="📜\n🌱  Modelo MINI-DEVELOP\nramitas → rama personal/integración por merge\nLOCAL (sin fricción); solo el MR a develop se gatea\n— habilitado en ①"];
    N_COST [label="📜\n💰  Consentimiento de costo de delegación\ndelegar cuesta por nivel: gratis (local) / incluido\n(ventana 5h) / metered (overage o API externa)\n— hecho cumplir en ⑥"];
    N_ORQ  [label="📜\n🎼  Orquesta: delega y quédate en el loop\ncon trabajo paralelizable: fan-out + supervisión\n(no grind serial); auto-reporte sin niñera\n— operacionalizada en ⑦"];
    N_AISL [label="📜\n🧱  Aislamiento de fan-out\ntodo agente que MUTA/commitea corre en worktree\nAISLADO, nunca en el árbol de trabajo compartido\n— hecho cumplir en ② ⑦"];
    N_P0   [color="#D97757" penwidth=2.5 style="rounded,filled"
            label="🛡\nIntegridad de los guardarraíles (P0 · activa)\nClaude NO afloja sus propios candados de supervisión\npara desatorarse; cambiar un control exige el OK\nEXPLÍCITO a cambiar ESE control (≠ el OK a la acción)\n— protege dod-verificar ④ · confirmar/squash/branch ① · proteger-arbol ②"];
    N_MEC  [label="📜\n🧩  Toda norma nace con su mecanismo (P8)\nuna norma de higiene/cierre SIN hook/gate/paso operativo\n= el usuario es el enforcement → no se cumple sola"];

    N_P0 -> N_DOD [label="protege" style=dashed color="#D97757" fontcolor="#D97757" penwidth=1.4 constraint=false];
    N_P0 -> N_GIT [style=dashed color="#D97757" penwidth=1.4 constraint=false];
    // apila las normas en COLUMNA (invisible: solo rango) para que no se vayan a lo ancho
    edge [style=invis];
    N_TPL  [label="📜\n🧬  Al templatizar: DOMINIO vs regla genérica (P9)\nal derivar un template de un concreto, quita el dominio pero\nCONSERVA las reglas genéricas (diff PORTAR-vs-OK-EXCLUIDO)"];
    N_P0 -> N_DOD -> N_GIT -> N_DOC -> N_MINI -> N_COST -> N_ORQ -> N_AISL -> N_MEC -> N_TPL;
    edge [style=solid];
  }

  // ===================== 🔩 REFERENCIA · lib/skill de stack (sin flujo propio) =====================
  subgraph cluster_ref {
    label="🔩 REFERENCIA · lib/skill de stack (sin flujo propio)";
    labeljust="l"; fontcolor="#8A8A8A"; fontsize=14; color="#8A8A8A"; style="rounded"; penwidth=1.4; margin=14;
    R_COMUN [color="#8A8A8A" fillcolor="#232323" fontcolor="#CFC8C0" penwidth=1.5
             label="⚙\ndelegacion-comun  (lib)\nclasificación de costo compartida (fuente ÚNICA):\nla usan delegacion-gate Y delegacion-registrar (⑥)"];
    R_NET   [color="#5B8DBF" penwidth=2.5
             label="💡\nskills .NET (plantilla, específicas de stack)\ncrear-pagina-blazor · migracion-ef · build-produccion ·\nagregar-seed… (usan el ritual cerrar-slice, ⑤)"];
    R_COMUN -> R_NET [style=invis];   // apílalos en columna
  }

  // (El acomodo espacial —normas/referencia DEBAJO de los flujos— se hace en yEd; Graphviz solo fija el CONTENIDO.)
  // (Las referencias a 📜 normas / 💡 skills van como TAG de texto DENTRO del nodo que las invoca — ver labels arriba.)

  // ===== CORRELACIÓN ④↔⑤: la evidencia (1)/(2) que dod-verificar EXIGE es la que cerrar-slice PRODUCE =====

  // ===== CORRELACIÓN ④↔⑤: la evidencia (1)/(2) que dod-verificar EXIGE es la que cerrar-slice PRODUCE =====
  // (adyacentes por el orden de familia → conector corto; constraint=false para no alterar el layout)
  C3 -> G2_D4 [dir=both color="#D97757" style=dashed penwidth=1.4 constraint=false
               label="misma evidencia (1)/(2):\n⑤ la produce · ④ la exige"];
}
